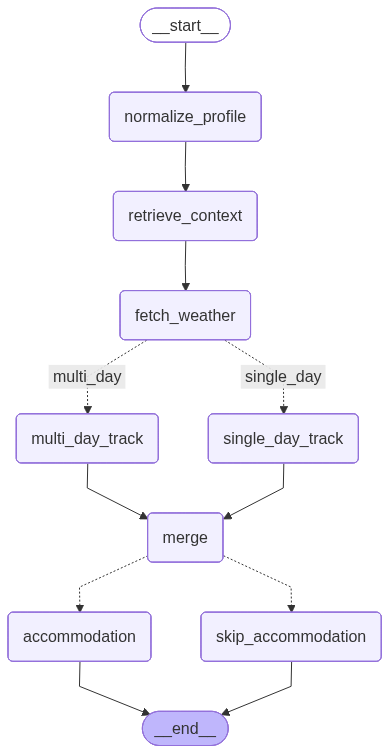
This is docs/graphs/planner_workflow.png from kenan-memis/tc-capstone, a Mermaid export, as it was before one commit. Its source is kept beside it as docs/graphs/planner_workflow.mmd.
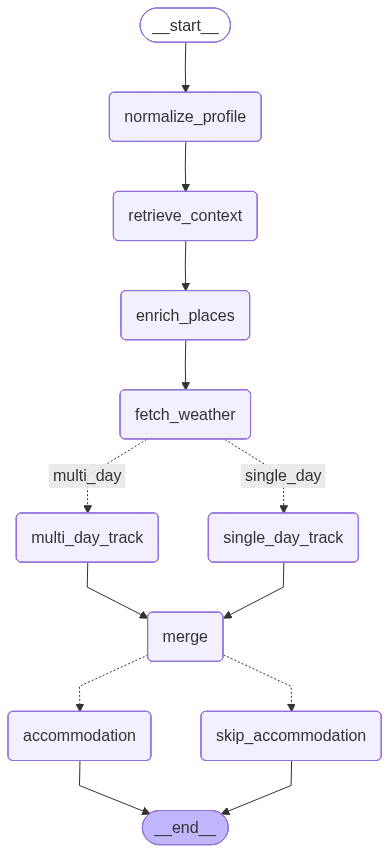
The same diagram one commit later.

Commit message:
add SerpApi enrichment node and integrate into planner graph

What changed in the source:
```diff
@@ -7,6 +7,7 @@
 	__start__([<p>__start__</p>]):::first
 	normalize_profile(normalize_profile)
 	retrieve_context(retrieve_context)
+	enrich_places(enrich_places)
 	fetch_weather(fetch_weather)
 	multi_day_track(multi_day_track)
 	single_day_track(single_day_track)
@@ -15,13 +16,14 @@
 	skip_accommodation(skip_accommodation)
 	__end__([<p>__end__</p>]):::last
 	__start__ --> normalize_profile;
+	enrich_places --> fetch_weather;
 	fetch_weather -. &nbsp;multi_day&nbsp; .-> multi_day_track;
 	fetch_weather -. &nbsp;single_day&nbsp; .-> single_day_track;
 	merge -.-> accommodation;
 	merge -.-> skip_accommodation;
 	multi_day_track --> merge;
 	normalize_profile --> retrieve_context;
-	retrieve_context --> fetch_weather;
+	retrieve_context --> enrich_places;
 	single_day_track --> merge;
 	accommodation --> __end__;
 	skip_accommodation --> __end__;
```
